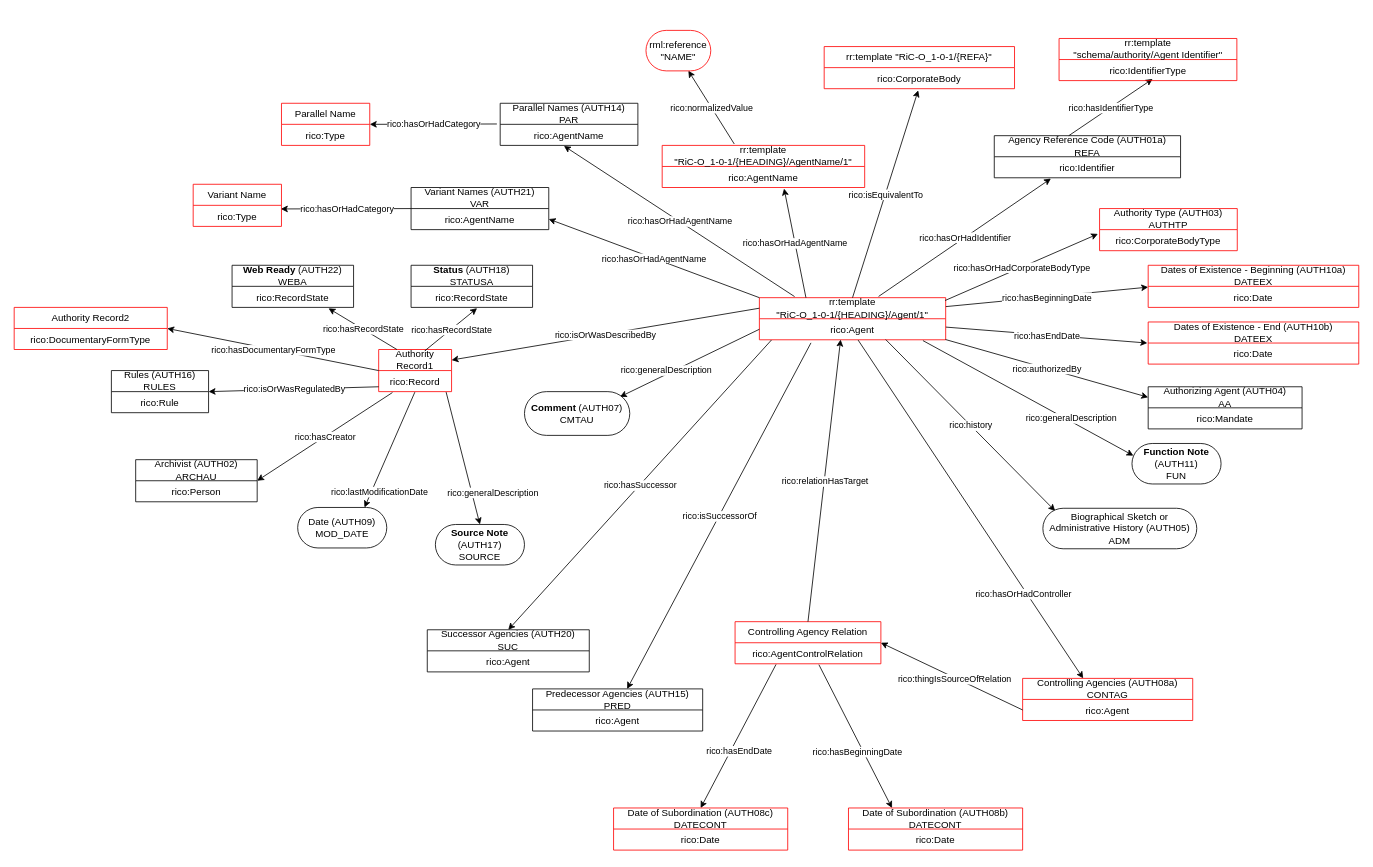
The draw.io diagram gbad/schema/authority/General Authority to RiC-O Model_2024-08-20_PZ.drawio in gbad-project/records_in_contexts_draw_io_parser, before the edit. Source tidied: cells renumbered, new cells numbered last; positions are measured from the earlier drawing's top-left corner, leaving out a move shared by most shapes. Both pictures are drawn from the tidied source at 81%, with x=0, y=0 at pixel (14, 30).
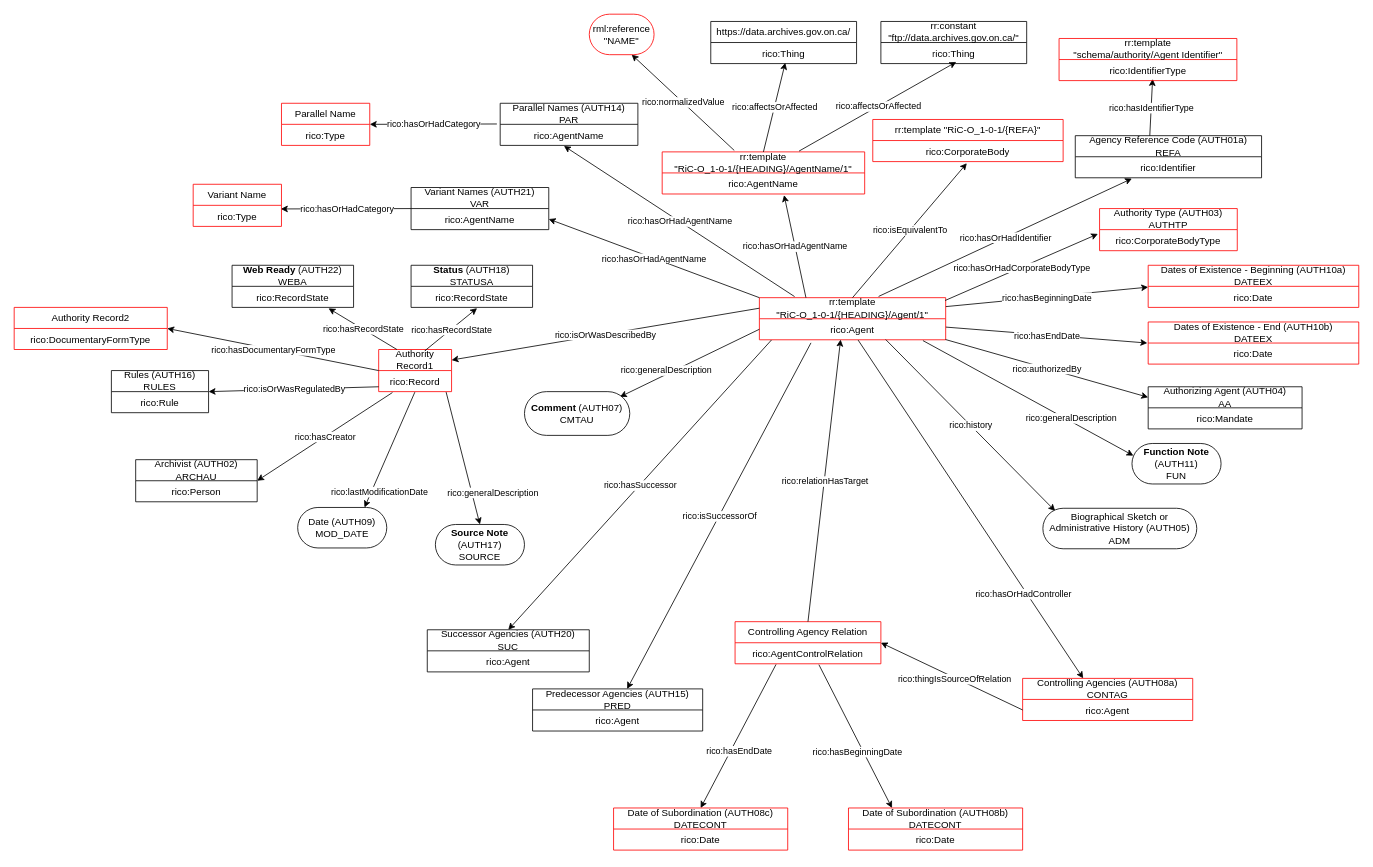
The same page after the edit.

Commit message (it also covers changes not shown here):
Add a curious temp example of URI set as literal vs. rr:constant

Diff of the diagram source:
```diff
@@
     <mxCell id="6" value="rml:reference &quot;NAME&quot;" style="html=1;whiteSpace=wrap;rounded=1;arcSize=50;strokeColor=#FF0000;" parent="1" vertex="1">
-      <mxGeometry x="780" width="80" height="50" as="geometry" />
+      <mxGeometry x="710" y="-20" width="80" height="50" as="geometry" />
     </mxCell>
     <mxCell id="7" value="Agency Reference Code (AUTH01a)&lt;div&gt;REFA&lt;/div&gt;" style="swimlane;fontStyle=0;horizontal=1;startSize=26;fillColor=none;whiteSpace=wrap;html=1;" parent="1" vertex="1">
-      <mxGeometry x="1210" y="130" width="230" height="52" as="geometry" />
+      <mxGeometry x="1310" y="130" width="230" height="52" as="geometry" />
     </mxCell>
@@
     <mxCell id="13" value="&lt;div&gt;&lt;span style=&quot;background-color: initial;&quot;&gt;rr:template&lt;br&gt;&quot;RiC-O_1-0-1/&lt;/span&gt;{HEADING}/AgentName/1&quot;&lt;/div&gt;" style="swimlane;fontStyle=0;horizontal=1;startSize=26;fillColor=none;whiteSpace=wrap;html=1;strokeColor=#FF0000;" parent="1" vertex="1">
-      <mxGeometry x="800" y="142" width="250" height="52" as="geometry" />
+      <mxGeometry x="800" y="150" width="250" height="52" as="geometry" />
     </mxCell>
@@
     <mxCell id="114" value="rr:template&amp;nbsp;&lt;span style=&quot;background-color: initial;&quot;&gt;&quot;RiC-O_1-0-1/{REFA}&quot;&lt;/span&gt;" style="swimlane;fontStyle=0;horizontal=1;startSize=26;fillColor=none;whiteSpace=wrap;html=1;strokeColor=#FF0000;" parent="1" vertex="1">
-      <mxGeometry x="1000" y="20" width="235" height="52" as="geometry" />
+      <mxGeometry x="1060" y="110" width="235" height="52" as="geometry" />
     </mxCell>
@@
+    <mxCell id="120" value="https://data.archives.gov.on.ca/" style="swimlane;fontStyle=0;horizontal=1;startSize=26;fillColor=none;whiteSpace=wrap;html=1;" parent="1" vertex="1">
+      <mxGeometry x="860" y="-11" width="180" height="52" as="geometry" />
+    </mxCell>
+    <mxCell id="121" value="rico:Thing" style="text;strokeColor=none;fillColor=none;align=center;verticalAlign=top;spacingLeft=4;spacingRight=4;overflow=hidden;points=[[0,0.5],[1,0.5]];portConstraint=eastwest;whiteSpace=wrap;html=1;" parent="120" vertex="1">
+      <mxGeometry y="26" width="180" height="26" as="geometry" />
+    </mxCell>
+    <mxCell id="122" style="endArrow=classic;html=1;rounded=0;exitX=0.5;exitY=0;exitDx=0;exitDy=0;entryX=0.511;entryY=0.962;entryDx=0;entryDy=0;entryPerimeter=0;" parent="1" edge="1" source="13" target="121">
+      <mxGeometry relative="1" as="geometry" />
+    </mxCell>
+    <mxCell id="123" value="rico:affectsOrAffected" style="edgeLabel;html=1;align=center;verticalAlign=middle;" parent="122" vertex="1">
+      <mxGeometry relative="1" as="geometry" />
+    </mxCell>
+    <mxCell id="124" value="rr:constant&lt;br&gt;&quot;ftp://data.archives.gov.on.ca/&quot;" style="swimlane;fontStyle=0;horizontal=1;startSize=26;fillColor=none;whiteSpace=wrap;html=1;" parent="1" vertex="1">
+      <mxGeometry x="1070" y="-11" width="180" height="52" as="geometry" />
+    </mxCell>
+    <mxCell id="125" value="rico:Thing" style="text;strokeColor=none;fillColor=none;align=center;verticalAlign=top;spacingLeft=4;spacingRight=4;overflow=hidden;points=[[0,0.5],[1,0.5]];portConstraint=eastwest;whiteSpace=wrap;html=1;" parent="124" vertex="1">
+      <mxGeometry y="26" width="180" height="26" as="geometry" />
+    </mxCell>
+    <mxCell id="126" style="endArrow=classic;html=1;rounded=0;exitX=0.676;exitY=-0.019;exitDx=0;exitDy=0;entryX=0.517;entryY=0.923;entryDx=0;entryDy=0;entryPerimeter=0;exitPerimeter=0;" parent="1" edge="1" source="13" target="125">
+      <mxGeometry relative="1" as="geometry" />
+    </mxCell>
+    <mxCell id="127" value="rico:affectsOrAffected" style="edgeLabel;html=1;align=center;verticalAlign=middle;" parent="126" vertex="1">
+      <mxGeometry relative="1" as="geometry" />
+    </mxCell>
```
